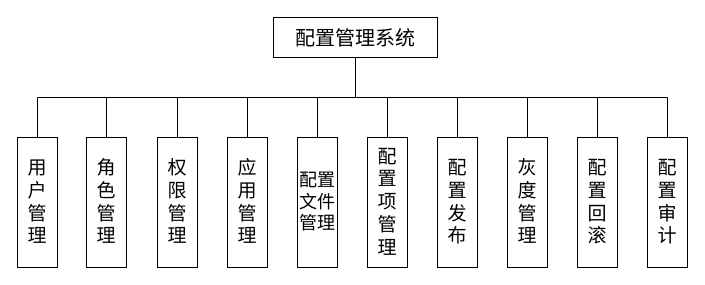
Before: page "function" (2 of 3) of 泳道图.drawio in WWj5921/ConfigCenter, a draw.io diagram. Source tidied: cells renumbered, new cells numbered last; positions are measured from the earlier drawing's top-left corner, leaving out a move shared by most shapes. Both pictures are drawn from the tidied source at 100%, with x=0, y=0 at pixel (17, 17).
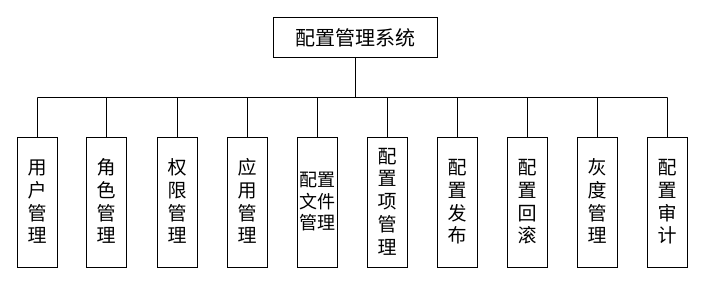
After the change.

What changed in the source:
```diff
@@
-    <mxCell id="20" value="灰&lt;br&gt;度&lt;br&gt;管&lt;br&gt;理" style="rounded=0;whiteSpace=wrap;html=1;fontSize=19;fontColor=#000000;fontFamily=华文宋体;" parent="1" vertex="1">
+    <mxCell id="20" value="配&lt;br&gt;置&lt;br&gt;回&lt;br&gt;滚" style="rounded=0;whiteSpace=wrap;html=1;fontSize=19;fontColor=#000000;fontFamily=华文宋体;" parent="1" vertex="1">
       <mxGeometry x="490" y="120" width="40" height="130" as="geometry" />
     </mxCell>
-    <mxCell id="21" value="配&lt;br&gt;置&lt;br&gt;回&lt;br&gt;滚" style="rounded=0;whiteSpace=wrap;html=1;fontSize=19;fontColor=#000000;fontFamily=华文宋体;" parent="1" vertex="1">
+    <mxCell id="21" value="灰&lt;br&gt;度&lt;br&gt;管&lt;br&gt;理" style="rounded=0;whiteSpace=wrap;html=1;fontSize=19;fontColor=#000000;fontFamily=华文宋体;" parent="1" vertex="1">
       <mxGeometry x="560" y="120" width="40" height="130" as="geometry" />
     </mxCell>
```
